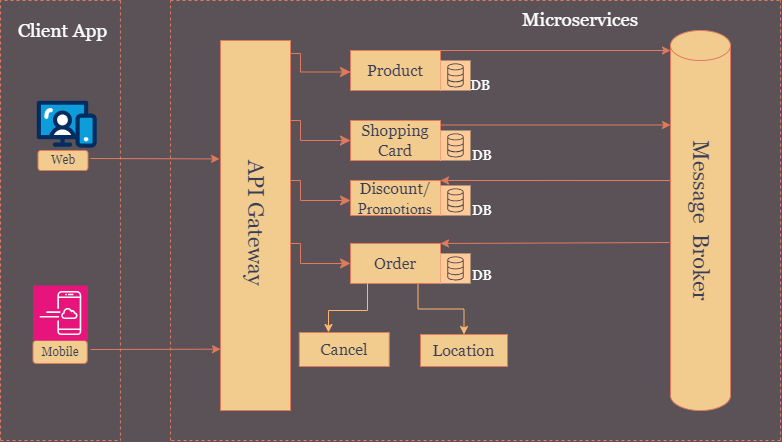
AniketNZade/microservice-Architecture keeps this draw.io diagram as microservices.drawio.png. Above is the earlier version. Source tidied: cells renumbered, new cells last; positions are measured from the earlier drawing's top-left corner, leaving out a move shared by most shapes.
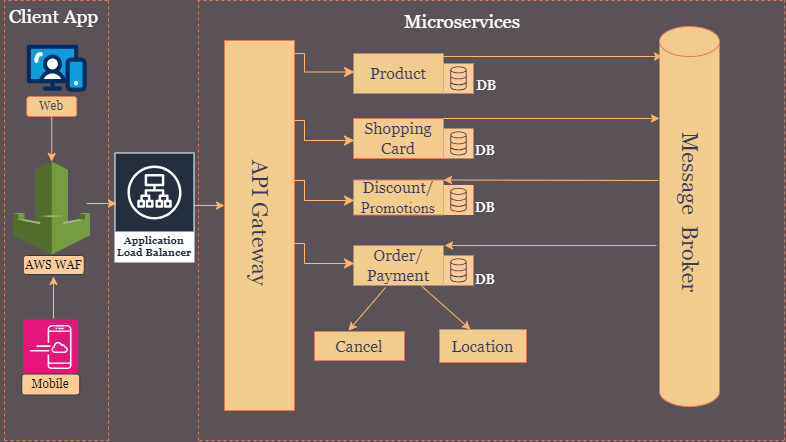
The same file after the commit.

Diff of the diagram source:
```diff
@@ -5,11 +5,8 @@
     <mxCell id="2" value="&lt;font style=&quot;&quot; face=&quot;Georgia&quot;&gt;Web&lt;/font&gt;" style="rounded=1;whiteSpace=wrap;html=1;labelBackgroundColor=none;fillColor=#F2CC8F;strokeColor=#E07A5F;fontColor=#393C56;" parent="1" vertex="1">
-      <mxGeometry x="37.5" y="150" width="50" height="20" as="geometry" />
+      <mxGeometry x="22.2" y="96" width="50" height="20" as="geometry" />
     </mxCell>
-    <mxCell id="3" value="&lt;font style=&quot;font-size: 12px;&quot; face=&quot;Georgia&quot;&gt;Mobile&lt;/font&gt;" style="rounded=1;whiteSpace=wrap;html=1;labelBackgroundColor=none;fillColor=#F2CC8F;strokeColor=#E07A5F;fontColor=#393C56;" parent="1" vertex="1">
-      <mxGeometry x="32.5" y="340" width="54.2" height="23" as="geometry" />
-    </mxCell>
     <mxCell id="4" style="endArrow=none;dashed=1;html=1;rounded=0;labelBackgroundColor=none;fontColor=default;strokeColor=#E07A5F;" parent="1" edge="1">
       <mxGeometry relative="1" as="geometry">
-        <mxPoint x="119.9" as="sourcePoint" />
-        <mxPoint x="119.9" y="440" as="targetPoint" />
+        <mxPoint x="104" as="sourcePoint" />
+        <mxPoint x="104" y="440" as="targetPoint" />
       </mxGeometry>
@@ -19,3 +16,3 @@
         <mxPoint y="440" as="sourcePoint" />
-        <mxPoint x="120" as="targetPoint" />
+        <mxPoint x="103" as="targetPoint" />
         <Array as="points">
@@ -29,3 +26,3 @@
         <mxPoint y="440" as="sourcePoint" />
-        <mxPoint x="120" y="440" as="targetPoint" />
+        <mxPoint x="104" y="440" as="targetPoint" />
         <Array as="points">
@@ -36,3 +33,3 @@
     <mxCell id="7" value="&lt;font color=&quot;#ffffff&quot; style=&quot;font-size: 19px;&quot; face=&quot;Georgia&quot;&gt;Client App&lt;/font&gt;" style="text;html=1;align=center;verticalAlign=middle;strokeColor=none;fillColor=none;labelBackgroundColor=none;fontColor=#393C56;" parent="1" vertex="1">
-      <mxGeometry x="8.2" y="13" width="107" height="35" as="geometry" />
+      <mxGeometry x="-4.2" y="-0.5" width="107" height="35" as="geometry" />
     </mxCell>
@@ -42,17 +39,14 @@
     <mxCell id="9" value="&lt;font face=&quot;Georgia&quot; style=&quot;font-size: 16px;&quot;&gt;Discount/&lt;/font&gt;&lt;div style=&quot;font-size: 16px;&quot;&gt;&lt;font face=&quot;UguuZyO0MvP-JwuZQBYQ&quot; style=&quot;font-size: 16px;&quot;&gt;Promotions&lt;/font&gt;&lt;/div&gt;" style="rounded=0;whiteSpace=wrap;html=1;labelBackgroundColor=none;fillColor=#F2CC8F;strokeColor=#E07A5F;fontColor=#393C56;" parent="1" vertex="1">
-      <mxGeometry x="350" y="180" width="90" height="35" as="geometry" />
+      <mxGeometry x="349" y="179.5" width="90" height="35" as="geometry" />
     </mxCell>
     <mxCell id="10" value="&lt;font style=&quot;font-size: 16px;&quot; face=&quot;Georgia&quot;&gt;Shopping Card&lt;/font&gt;" style="rounded=0;whiteSpace=wrap;html=1;labelBackgroundColor=none;fillColor=#F2CC8F;strokeColor=#E07A5F;fontColor=#393C56;" parent="1" vertex="1">
-      <mxGeometry x="350" y="120" width="90" height="40" as="geometry" />
+      <mxGeometry x="349" y="118" width="90" height="40" as="geometry" />
     </mxCell>
     <mxCell id="11" value="&lt;font style=&quot;font-size: 16px;&quot; face=&quot;Georgia&quot;&gt;Product&lt;/font&gt;" style="rounded=0;whiteSpace=wrap;html=1;labelBackgroundColor=none;fillColor=#F2CC8F;strokeColor=#E07A5F;fontColor=#393C56;" parent="1" vertex="1">
-      <mxGeometry x="350" y="50" width="90" height="40" as="geometry" />
+      <mxGeometry x="349" y="53" width="90" height="40" as="geometry" />
     </mxCell>
-    <mxCell id="12" style="edgeStyle=orthogonalEdgeStyle;rounded=0;jettySize=auto;html=1;exitX=0.75;exitY=1;exitDx=0;exitDy=0;entryX=0.5;entryY=0;entryDx=0;entryDy=0;fillColor=#FFB570;strokeColor=#FFB570;" parent="1" edge="1" source="13" target="41">
-      <mxGeometry relative="1" as="geometry" />
-    </mxCell>
-    <mxCell id="13" value="&lt;font style=&quot;font-size: 16px;&quot; face=&quot;Georgia&quot;&gt;Order&lt;/font&gt;" style="rounded=0;whiteSpace=wrap;html=1;labelBackgroundColor=none;fillColor=#F2CC8F;strokeColor=#E07A5F;fontColor=#393C56;" parent="1" vertex="1">
-      <mxGeometry x="350" y="243" width="90" height="40" as="geometry" />
+    <mxCell id="13" value="&lt;font style=&quot;font-size: 16px;&quot; face=&quot;Georgia&quot;&gt;Order/&lt;/font&gt;&lt;div&gt;&lt;font style=&quot;font-size: 16px;&quot; face=&quot;Georgia&quot;&gt;Payment&lt;/font&gt;&lt;/div&gt;" style="rounded=0;whiteSpace=wrap;html=1;labelBackgroundColor=none;fillColor=#F2CC8F;strokeColor=#E07A5F;fontColor=#393C56;" parent="1" vertex="1">
+      <mxGeometry x="349" y="245" width="90" height="40" as="geometry" />
     </mxCell>
-    <mxCell id="14" style="edgeStyle=segmentEdgeStyle;endArrow=classic;html=1;curved=0;rounded=0;endSize=8;startSize=8;sourcePerimeterSpacing=0;targetPerimeterSpacing=0;strokeColor=#E07A5F;fontColor=#393C56;fillColor=#F2CC8F;" parent="1" edge="1">
+    <mxCell id="14" style="edgeStyle=segmentEdgeStyle;endArrow=classic;html=1;curved=0;rounded=0;endSize=8;startSize=8;sourcePerimeterSpacing=0;targetPerimeterSpacing=0;strokeColor=#FFB570;fontColor=#393C56;fillColor=#F2CC8F;" parent="1" edge="1">
       <mxGeometry relative="1" as="geometry">
@@ -67,12 +61,12 @@
     <mxCell id="15" style="sketch=0;fillColor=#ffcc99;strokeColor=#36393d;dashed=0;verticalLabelPosition=bottom;verticalAlign=top;align=center;html=1;fontSize=12;fontStyle=0;shape=mxgraph.aws4.resourceIcon;resIcon=mxgraph.aws4.database;" parent="1" vertex="1">
-      <mxGeometry x="440" y="60" width="30" height="30" as="geometry" />
+      <mxGeometry x="439" y="63" width="30" height="30" as="geometry" />
     </mxCell>
     <mxCell id="16" style="sketch=0;fillColor=#ffcc99;strokeColor=#36393d;dashed=0;verticalLabelPosition=bottom;verticalAlign=top;align=center;html=1;fontSize=12;fontStyle=0;shape=mxgraph.aws4.resourceIcon;resIcon=mxgraph.aws4.database;" parent="1" vertex="1">
-      <mxGeometry x="440" y="130" width="30" height="30" as="geometry" />
+      <mxGeometry x="439" y="128" width="30" height="30" as="geometry" />
     </mxCell>
     <mxCell id="17" style="sketch=0;fillColor=#ffcc99;strokeColor=#36393d;dashed=0;verticalLabelPosition=bottom;verticalAlign=top;align=center;html=1;fontSize=12;fontStyle=0;shape=mxgraph.aws4.resourceIcon;resIcon=mxgraph.aws4.database;" parent="1" vertex="1">
-      <mxGeometry x="440" y="253" width="30" height="30" as="geometry" />
+      <mxGeometry x="439" y="255" width="30" height="30" as="geometry" />
     </mxCell>
     <mxCell id="18" style="sketch=0;points=[[0,0,0],[0.25,0,0],[0.5,0,0],[0.75,0,0],[1,0,0],[0,1,0],[0.25,1,0],[0.5,1,0],[0.75,1,0],[1,1,0],[0,0.25,0],[0,0.5,0],[0,0.75,0],[1,0.25,0],[1,0.5,0],[1,0.75,0]];outlineConnect=0;fillColor=#ffcc99;strokeColor=#36393d;dashed=0;verticalLabelPosition=bottom;verticalAlign=top;align=center;html=1;fontSize=12;fontStyle=0;shape=mxgraph.aws4.resourceIcon;resIcon=mxgraph.aws4.database;" parent="1" vertex="1">
-      <mxGeometry x="440" y="185" width="30" height="30" as="geometry" />
+      <mxGeometry x="439" y="184.5" width="30" height="30" as="geometry" />
     </mxCell>
@@ -84,3 +78,3 @@
     </mxCell>
-    <mxCell id="21" style="edgeStyle=segmentEdgeStyle;endArrow=classic;html=1;curved=0;rounded=0;endSize=8;startSize=8;sourcePerimeterSpacing=0;targetPerimeterSpacing=0;strokeColor=#E07A5F;fontColor=#393C56;fillColor=#F2CC8F;" parent="1" edge="1">
+    <mxCell id="21" style="edgeStyle=segmentEdgeStyle;endArrow=classic;html=1;curved=0;rounded=0;endSize=8;startSize=8;sourcePerimeterSpacing=0;targetPerimeterSpacing=0;strokeColor=#FFB570;fontColor=#393C56;fillColor=#F2CC8F;" parent="1" edge="1">
       <mxGeometry relative="1" as="geometry">
@@ -100,17 +94,16 @@
     <mxCell id="23" style="shape=cylinder3;whiteSpace=wrap;html=1;boundedLbl=1;backgroundOutline=1;size=15;strokeColor=#E07A5F;fontColor=#393C56;fillColor=#F2CC8F;" parent="1" vertex="1">
-      <mxGeometry x="670" y="30" width="60" height="380" as="geometry" />
+      <mxGeometry x="655" y="26" width="60" height="380" as="geometry" />
     </mxCell>
     <mxCell id="24" value="&lt;font face=&quot;Georgia&quot; style=&quot;font-size: 22px;&quot;&gt;Message&amp;nbsp; Broker&lt;/font&gt;" style="text;strokeColor=none;align=center;fillColor=none;html=1;verticalAlign=middle;whiteSpace=wrap;rounded=0;fontColor=#393C56;rotation=90;" parent="1" vertex="1">
-      <mxGeometry x="602.5" y="197" width="195" height="45.9" as="geometry" />
+      <mxGeometry x="587.2" y="189.1" width="195.5" height="45.9" as="geometry" />
     </mxCell>
-    <mxCell id="25" style="edgeStyle=none;orthogonalLoop=1;jettySize=auto;html=1;rounded=0;strokeColor=#E07A5F;fontColor=#393C56;fillColor=#F2CC8F;exitX=1;exitY=0;exitDx=0;exitDy=0;" parent="1" edge="1">
+    <mxCell id="25" style="edgeStyle=none;orthogonalLoop=1;jettySize=auto;html=1;rounded=0;strokeColor=#FFB570;fontColor=#393C56;fillColor=#F2CC8F;" parent="1" edge="1">
       <mxGeometry relative="1" as="geometry">
-        <mxPoint x="440" y="50" as="sourcePoint" />
-        <mxPoint x="670" y="50" as="targetPoint" />
+        <mxPoint x="437" y="56" as="sourcePoint" />
+        <mxPoint x="658" y="56" as="targetPoint" />
       </mxGeometry>
     </mxCell>
-    <mxCell id="26" style="edgeStyle=none;orthogonalLoop=1;jettySize=auto;html=1;rounded=0;strokeColor=#E07A5F;fontColor=#393C56;fillColor=#F2CC8F;" parent="1" edge="1">
+    <mxCell id="26" style="edgeStyle=none;jettySize=auto;html=1;rounded=0;strokeColor=#FFB570;fontColor=#393C56;fillColor=#F2CC8F;exitX=1;exitY=0;exitDx=0;exitDy=0;" parent="1" edge="1" source="10">
       <mxGeometry relative="1" as="geometry">
-        <mxPoint x="440" y="124.5" as="sourcePoint" />
-        <mxPoint x="670" y="124.5" as="targetPoint" />
+        <mxPoint x="655" y="118" as="targetPoint" />
       </mxGeometry>
@@ -125,3 +118,3 @@
       <mxGeometry relative="1" as="geometry">
-        <mxPoint x="170" as="sourcePoint" />
+        <mxPoint x="193" as="sourcePoint" />
         <mxPoint x="780" as="targetPoint" />
@@ -131,4 +124,4 @@
       <mxGeometry relative="1" as="geometry">
-        <mxPoint x="170" y="440" as="sourcePoint" />
-        <mxPoint x="170" as="targetPoint" />
+        <mxPoint x="194" y="440" as="sourcePoint" />
+        <mxPoint x="194" as="targetPoint" />
       </mxGeometry>
@@ -138,3 +131,3 @@
         <mxPoint x="780" y="440" as="sourcePoint" />
-        <mxPoint x="170" y="440" as="targetPoint" />
+        <mxPoint x="194" y="440" as="targetPoint" />
         <Array as="points">
@@ -148,32 +141,16 @@
     <mxCell id="32" value="&lt;font color=&quot;#ffffff&quot; face=&quot;Georgia&quot;&gt;&lt;span style=&quot;font-size: 19px;&quot;&gt;Microservices&lt;/span&gt;&lt;/font&gt;" style="text;strokeColor=none;align=center;fillColor=none;html=1;verticalAlign=middle;whiteSpace=wrap;rounded=0;fontColor=#393C56;" parent="1" vertex="1">
-      <mxGeometry x="485" y="5" width="190" height="30" as="geometry" />
+      <mxGeometry x="363" y="7" width="190" height="30" as="geometry" />
     </mxCell>
-    <mxCell id="33" style="edgeStyle=none;jettySize=auto;html=1;rounded=0;strokeColor=#E07A5F;fontColor=#393C56;fillColor=#F2CC8F;exitX=-0.017;exitY=0.558;exitDx=0;exitDy=0;exitPerimeter=0;" parent="1" edge="1" source="23">
-      <mxGeometry relative="1" as="geometry">
-        <mxPoint x="440" y="243" as="targetPoint" />
-      </mxGeometry>
-    </mxCell>
     <mxCell id="34" value="&lt;font color=&quot;#ffffff&quot; style=&quot;font-size: 14px;&quot; face=&quot;Georgia&quot;&gt;DB&lt;/font&gt;" style="text;strokeColor=none;align=center;fillColor=none;html=1;verticalAlign=middle;whiteSpace=wrap;rounded=0;fontColor=#393C56;" parent="1" vertex="1">
-      <mxGeometry x="450" y="70" width="60" height="30" as="geometry" />
+      <mxGeometry x="452" y="70" width="60" height="30" as="geometry" />
     </mxCell>
     <mxCell id="35" value="&lt;div style=&quot;text-align: center;&quot;&gt;&lt;span style=&quot;background-color: initial; font-size: 14px;&quot;&gt;&lt;font color=&quot;#ffffff&quot; face=&quot;Georgia&quot;&gt;DB&lt;/font&gt;&lt;/span&gt;&lt;/div&gt;" style="text;whiteSpace=wrap;html=1;fontColor=#393C56;" parent="1" vertex="1">
-      <mxGeometry x="470" y="195" width="50" height="40" as="geometry" />
+      <mxGeometry x="469" y="192.2" width="50" height="40" as="geometry" />
     </mxCell>
-    <mxCell id="36" value="&lt;div style=&quot;text-align: center;&quot;&gt;&lt;span style=&quot;background-color: initial; font-size: 14px;&quot;&gt;&lt;font color=&quot;#ffffff&quot; face=&quot;Georgia&quot;&gt;DB&lt;/font&gt;&lt;/span&gt;&lt;/div&gt;" style="text;whiteSpace=wrap;html=1;fontColor=#393C56;" parent="1" vertex="1">
-      <mxGeometry x="470" y="260" width="50" height="40" as="geometry" />
+    <mxCell id="36" value="&lt;div style=&quot;text-align: center;&quot;&gt;&lt;span style=&quot;background-color: initial; font-size: 14px;&quot;&gt;&lt;font color=&quot;#ffffff&quot; face=&quot;Georgia&quot;&gt;DB&lt;/font&gt;&lt;/span&gt;&lt;/div&gt;" style="text;whiteSpace=wrap;html=1;fontColor=#393C56;rotation=0;" parent="1" vertex="1">
+      <mxGeometry x="469" y="264" width="48" height="41" as="geometry" />
     </mxCell>
-    <mxCell id="37" style="edgeStyle=none;jettySize=auto;html=1;rounded=0;strokeColor=#E07A5F;fontColor=#393C56;fillColor=#F2CC8F;entryX=0.68;entryY=-0.014;entryDx=0;entryDy=0;entryPerimeter=0;" parent="1" edge="1" target="8">
-      <mxGeometry relative="1" as="geometry">
-        <mxPoint x="90" y="158" as="sourcePoint" />
-      </mxGeometry>
-    </mxCell>
-    <mxCell id="38" style="edgeStyle=none;orthogonalLoop=1;jettySize=auto;html=1;rounded=0;strokeColor=#E07A5F;fontColor=#393C56;fillColor=#F2CC8F;" parent="1" edge="1">
-      <mxGeometry relative="1" as="geometry">
-        <mxPoint x="90" y="349" as="sourcePoint" />
-        <mxPoint x="220" y="348.7" as="targetPoint" />
-      </mxGeometry>
-    </mxCell>
-    <mxCell id="39" style="endArrow=classic;html=1;rounded=0;strokeColor=#E07A5F;fontColor=#393C56;fillColor=#F2CC8F;exitX=0.295;exitY=1.153;exitDx=0;exitDy=0;exitPerimeter=0;" parent="1" edge="1" source="24">
+    <mxCell id="39" style="endArrow=classic;html=1;rounded=0;strokeColor=#FFB570;fontColor=#393C56;fillColor=#F2CC8F;entryX=1;entryY=0;entryDx=0;entryDy=0;" parent="1" edge="1" target="9">
       <mxGeometry relative="1" as="geometry">
-        <mxPoint x="440" y="180" as="targetPoint" />
+        <mxPoint x="654" y="180" as="sourcePoint" />
       </mxGeometry>
@@ -181,8 +158,8 @@
     <mxCell id="40" value="&lt;font face=&quot;Georgia&quot; style=&quot;font-size: 16px;&quot;&gt;Cancel&lt;/font&gt;" style="whiteSpace=wrap;html=1;fillColor=#F2CC8F;strokeColor=#E07A5F;fontColor=#393C56;rounded=0;labelBackgroundColor=none;" parent="1" vertex="1">
-      <mxGeometry x="298.8" y="332" width="90" height="34" as="geometry" />
+      <mxGeometry x="310" y="331" width="90" height="29" as="geometry" />
     </mxCell>
     <mxCell id="41" value="&lt;span style=&quot;font-size: 16px;&quot;&gt;&lt;font face=&quot;Georgia&quot;&gt;Location&lt;/font&gt;&lt;/span&gt;" style="whiteSpace=wrap;html=1;fillColor=#F2CC8F;strokeColor=#E07A5F;fontColor=#393C56;rounded=0;labelBackgroundColor=none;" parent="1" vertex="1">
-      <mxGeometry x="420" y="334" width="87" height="32" as="geometry" />
+      <mxGeometry x="435" y="329" width="87" height="33" as="geometry" />
     </mxCell>
-    <mxCell id="42" style="edgeStyle=segmentEdgeStyle;endArrow=classic;html=1;curved=0;rounded=0;endSize=8;startSize=8;sourcePerimeterSpacing=0;targetPerimeterSpacing=0;strokeColor=#E07A5F;fontColor=#393C56;fillColor=#F2CC8F;" parent="1" edge="1">
+    <mxCell id="42" style="edgeStyle=segmentEdgeStyle;endArrow=classic;html=1;curved=0;rounded=0;endSize=8;startSize=8;sourcePerimeterSpacing=0;targetPerimeterSpacing=0;strokeColor=#FFB570;fontColor=#393C56;fillColor=#F2CC8F;" parent="1" edge="1">
       <mxGeometry relative="1" as="geometry">
@@ -196,3 +173,3 @@
     </mxCell>
-    <mxCell id="43" style="edgeStyle=segmentEdgeStyle;endArrow=classic;html=1;curved=0;rounded=0;endSize=8;startSize=8;sourcePerimeterSpacing=0;targetPerimeterSpacing=0;strokeColor=#E07A5F;fontColor=#393C56;fillColor=#F2CC8F;" parent="1" edge="1">
+    <mxCell id="43" style="edgeStyle=segmentEdgeStyle;endArrow=classic;html=1;curved=0;rounded=0;endSize=8;startSize=8;sourcePerimeterSpacing=0;targetPerimeterSpacing=0;strokeColor=#FFB570;fontColor=#393C56;fillColor=#F2CC8F;" parent="1" edge="1">
       <mxGeometry relative="1" as="geometry">
@@ -207,18 +184,54 @@
     <mxCell id="44" value="&lt;div style=&quot;text-align: center;&quot;&gt;&lt;font color=&quot;#ffffff&quot; face=&quot;Georgia&quot;&gt;&lt;span style=&quot;font-size: 14px;&quot;&gt;DB&lt;/span&gt;&lt;/font&gt;&lt;/div&gt;" style="text;whiteSpace=wrap;html=1;fontColor=#393C56;" parent="1" vertex="1">
-      <mxGeometry x="470" y="140" width="50" height="40" as="geometry" />
+      <mxGeometry x="469" y="135" width="50" height="28" as="geometry" />
     </mxCell>
-    <mxCell id="45" style="endArrow=classic;html=1;rounded=0;exitX=0.189;exitY=1.001;exitDx=0;exitDy=0;exitPerimeter=0;entryX=0.325;entryY=0;entryDx=0;entryDy=0;strokeColor=#FFB570;entryPerimeter=0;" parent="1" edge="1" source="13" target="40">
-      <mxGeometry relative="1" as="geometry">
-        <Array as="points">
-          <mxPoint x="367" y="310" />
-          <mxPoint x="328" y="310" />
-        </Array>
-      </mxGeometry>
-    </mxCell>
     <mxCell id="46" style="verticalLabelPosition=bottom;html=1;shape=mxgraph.salesforce.web;" parent="1" vertex="1">
-      <mxGeometry x="36.2" y="100" width="60" height="47.4" as="geometry" />
+      <mxGeometry x="22.2" y="44" width="60" height="47.4" as="geometry" />
     </mxCell>
     <mxCell id="47" style="sketch=0;fontColor=#232F3E;fillColor=#E7157B;strokeColor=#ffffff;dashed=0;verticalLabelPosition=bottom;verticalAlign=top;align=center;html=1;fontSize=12;fontStyle=0;shape=mxgraph.aws4.resourceIcon;resIcon=mxgraph.aws4.mobile_application;" parent="1" vertex="1">
-      <mxGeometry x="32.5" y="285" width="55" height="55" as="geometry" />
+      <mxGeometry x="18.8" y="319" width="55" height="55" as="geometry" />
     </mxCell>
+    <mxCell id="48" value="&lt;font style=&quot;font-size: 10px;&quot; face=&quot;Georgia&quot;&gt;Application Load Balancer&lt;/font&gt;" style="sketch=0;fontColor=#232F3E;gradientColor=none;strokeColor=#ffffff;fillColor=#232F3E;dashed=0;verticalLabelPosition=middle;verticalAlign=bottom;align=center;html=1;whiteSpace=wrap;fontSize=10;fontStyle=1;spacing=3;shape=mxgraph.aws4.productIcon;prIcon=mxgraph.aws4.application_load_balancer;" parent="1" vertex="1">
+      <mxGeometry x="110" y="152" width="80" height="110" as="geometry" />
+    </mxCell>
+    <mxCell id="3" value="&lt;font face=&quot;Georgia&quot;&gt;Mobile&lt;/font&gt;" style="rounded=1;whiteSpace=wrap;html=1;fillColor=#ffcc99;strokeColor=#36393d;" parent="1" vertex="1">
+      <mxGeometry x="17.2" y="373.5" width="58" height="21" as="geometry" />
+    </mxCell>
+    <mxCell id="49" style="endArrow=classic;html=1;rounded=0;entryX=0.554;entryY=0;entryDx=0;entryDy=0;entryPerimeter=0;strokeColor=#FFB570;" parent="1" edge="1" target="8">
+      <mxGeometry relative="1" as="geometry">
+        <mxPoint x="190" y="205" as="sourcePoint" />
+      </mxGeometry>
+    </mxCell>
+    <mxCell id="50" style="endArrow=classic;html=1;rounded=0;strokeColor=#FFB570;exitX=0.5;exitY=1;exitDx=0;exitDy=0;entryX=0.5;entryY=0;entryDx=0;entryDy=0;entryPerimeter=0;" parent="1" edge="1" source="2" target="51">
+      <mxGeometry relative="1" as="geometry" />
+    </mxCell>
+    <mxCell id="51" style="outlineConnect=0;dashed=0;verticalLabelPosition=bottom;verticalAlign=top;align=center;html=1;shape=mxgraph.aws3.waf;fillColor=#759C3E;gradientColor=none;" parent="1" vertex="1">
+      <mxGeometry x="9" y="161" width="76.5" height="93" as="geometry" />
+    </mxCell>
+    <mxCell id="45" style="endArrow=classic;html=1;rounded=0;exitX=0.356;exitY=1.05;exitDx=0;exitDy=0;exitPerimeter=0;entryX=0.378;entryY=-0.029;entryDx=0;entryDy=0;entryPerimeter=0;strokeColor=#FFB570;" parent="1" edge="1" source="13" target="40">
+      <mxGeometry relative="1" as="geometry" />
+    </mxCell>
+    <mxCell id="12" style="endArrow=classic;html=1;rounded=0;strokeColor=#FFB366;exitX=0.75;exitY=1;exitDx=0;exitDy=0;entryX=0.356;entryY=0;entryDx=0;entryDy=0;entryPerimeter=0;" parent="1" edge="1" source="13" target="41">
+      <mxGeometry relative="1" as="geometry" />
+    </mxCell>
+    <mxCell id="52" style="endArrow=classic;html=1;rounded=0;strokeColor=#FFB570;fontColor=#393C56;fillColor=#F2CC8F;" parent="1" edge="1">
+      <mxGeometry relative="1" as="geometry">
+        <mxPoint x="652" y="245" as="sourcePoint" />
+        <mxPoint x="440" y="245" as="targetPoint" />
+      </mxGeometry>
+    </mxCell>
+    <mxCell id="53" style="endArrow=classic;html=1;rounded=0;strokeColor=#FFB570;" parent="1" edge="1">
+      <mxGeometry relative="1" as="geometry">
+        <mxPoint x="49" y="318" as="sourcePoint" />
+        <mxPoint x="49" y="276" as="targetPoint" />
+      </mxGeometry>
+    </mxCell>
+    <mxCell id="54" style="endArrow=classic;html=1;rounded=0;entryX=0.554;entryY=0;entryDx=0;entryDy=0;entryPerimeter=0;strokeColor=#FFB570;" parent="1" edge="1">
+      <mxGeometry relative="1" as="geometry">
+        <mxPoint x="82" y="203" as="sourcePoint" />
+        <mxPoint x="112" y="203" as="targetPoint" />
+      </mxGeometry>
+    </mxCell>
+    <mxCell id="55" value="&lt;font face=&quot;Georgia&quot;&gt;AWS WAF&lt;/font&gt;" style="rounded=1;whiteSpace=wrap;html=1;fillColor=#ffcc99;strokeColor=#36393d;" parent="1" vertex="1">
+      <mxGeometry x="18.8" y="255" width="61" height="19" as="geometry" />
+    </mxCell>
   </root>
```
